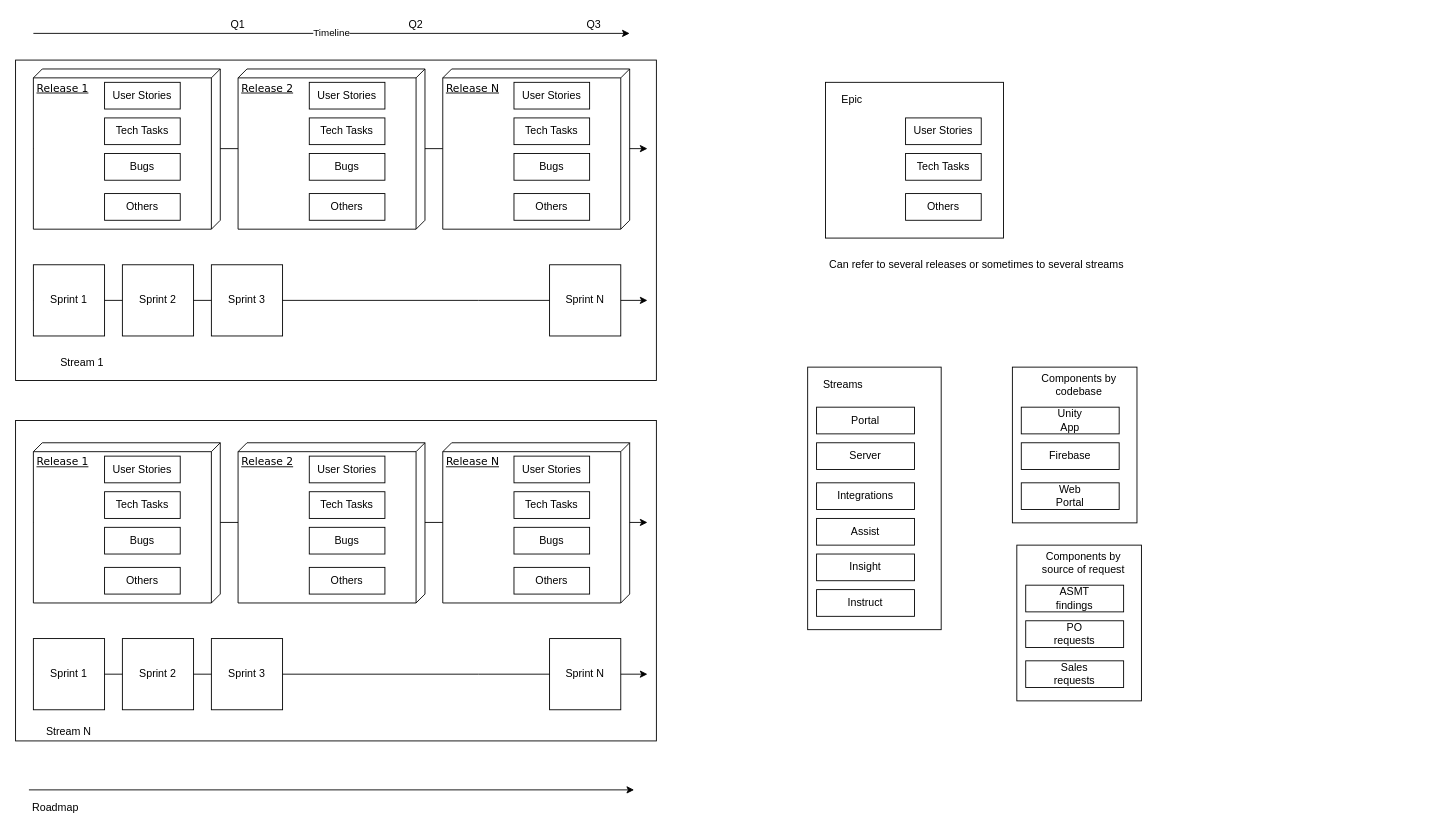
j-croix/Python_basics keeps this draw.io diagram as page "Jira - Structure" (1 of 4) of Untitled Diagram.drawio. Above is the earlier version. Source tidied: cells renumbered, new cells numbered last; positions are measured from the earlier drawing's top-left corner, leaving out a move shared by most shapes. Both pictures are drawn from the tidied source at 89%, with x=0, y=0 at pixel (15, 15).
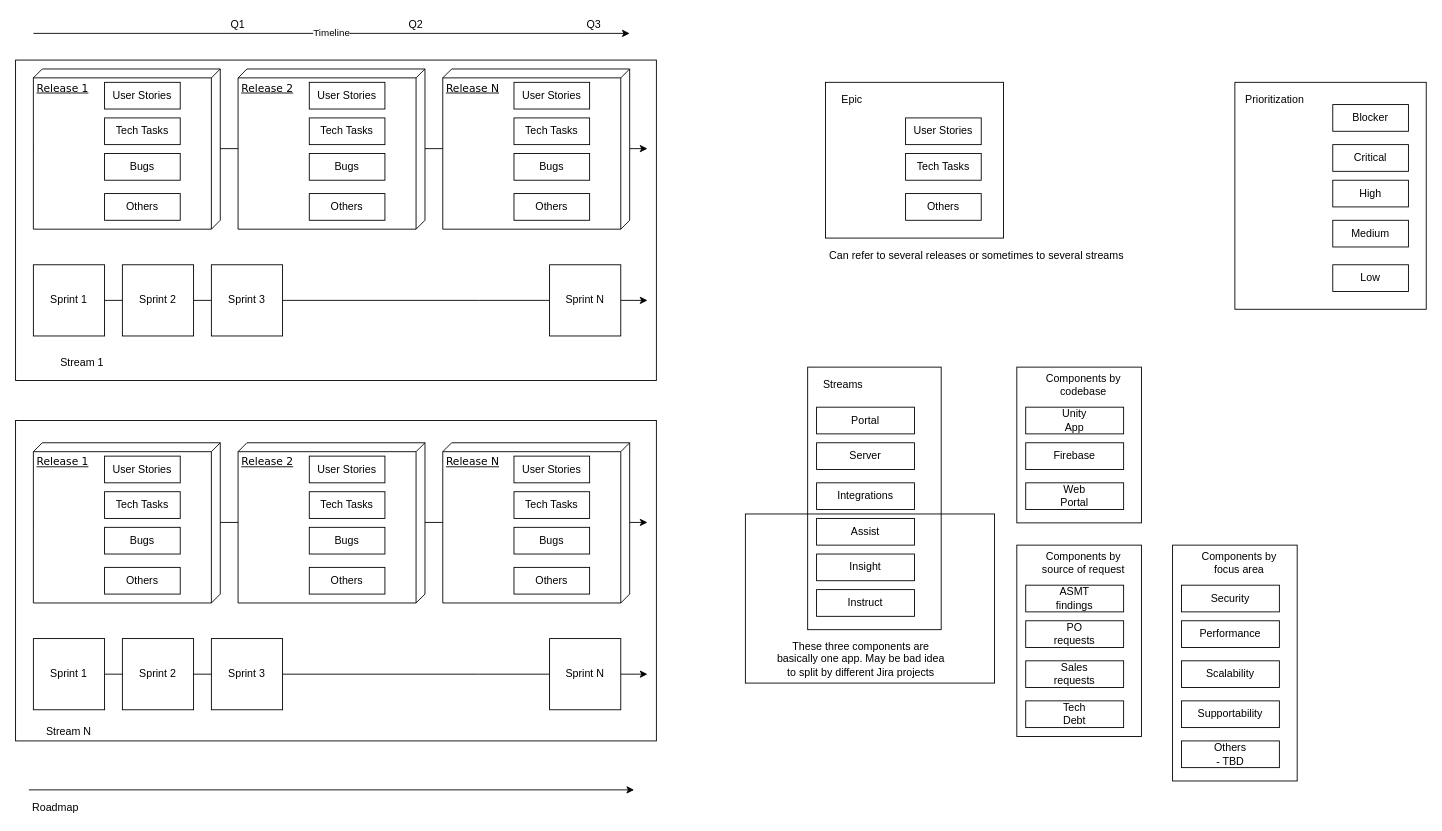
The same diagram, later.

Change to the diagram source:
```diff
@@
+    <mxCell id="90" style="rounded=0;whiteSpace=wrap;html=1;fillColor=none;" parent="1" vertex="1">
+      <mxGeometry x="820" y="560" width="280" height="190" as="geometry" />
+    </mxCell>
-    <mxCell id="2" style="rounded=0;whiteSpace=wrap;html=1;" parent="1" vertex="1">
+    <mxCell id="2" style="rounded=0;whiteSpace=wrap;html=1;fillColor=none;" parent="1" vertex="1">
       <mxGeometry x="890" y="395" width="150" height="295" as="geometry" />
     </mxCell>
@@
     <mxCell id="60" value="Can refer to several releases or sometimes to several streams" style="text;html=1;strokeColor=none;fillColor=none;align=center;verticalAlign=middle;whiteSpace=wrap;rounded=0;" parent="1" vertex="1">
-      <mxGeometry x="910" y="270" width="340" height="20" as="geometry" />
+      <mxGeometry x="910" y="260" width="340" height="20" as="geometry" />
     </mxCell>
@@
     <mxCell id="74" style="rounded=0;whiteSpace=wrap;html=1;" parent="1" vertex="1">
-      <mxGeometry x="1120" y="395" width="140" height="175" as="geometry" />
+      <mxGeometry x="1125" y="395" width="140" height="175" as="geometry" />
     </mxCell>
     <mxCell id="75" value="Components by codebase" style="text;html=1;strokeColor=none;fillColor=none;align=center;verticalAlign=middle;whiteSpace=wrap;rounded=0;" parent="1" vertex="1">
-      <mxGeometry x="1140" y="405" width="110" height="20" as="geometry" />
+      <mxGeometry x="1145" y="405" width="110" height="20" as="geometry" />
     </mxCell>
     <mxCell id="76" style="rounded=0;whiteSpace=wrap;html=1;" parent="1" vertex="1">
-      <mxGeometry x="1130" y="440" width="110" height="30" as="geometry" />
+      <mxGeometry x="1135" y="440" width="110" height="30" as="geometry" />
     </mxCell>
     <mxCell id="77" style="rounded=0;whiteSpace=wrap;html=1;" parent="1" vertex="1">
-      <mxGeometry x="1130" y="480" width="110" height="30" as="geometry" />
+      <mxGeometry x="1135" y="480" width="110" height="30" as="geometry" />
     </mxCell>
     <mxCell id="78" style="rounded=0;whiteSpace=wrap;html=1;" parent="1" vertex="1">
-      <mxGeometry x="1130" y="525" width="110" height="30" as="geometry" />
+      <mxGeometry x="1135" y="525" width="110" height="30" as="geometry" />
     </mxCell>
     <mxCell id="79" value="Unity App" style="text;html=1;strokeColor=none;fillColor=none;align=center;verticalAlign=middle;whiteSpace=wrap;rounded=0;" parent="1" vertex="1">
-      <mxGeometry x="1165" y="445" width="40" height="20" as="geometry" />
+      <mxGeometry x="1170" y="445" width="40" height="20" as="geometry" />
     </mxCell>
     <mxCell id="80" value="Firebase" style="text;html=1;strokeColor=none;fillColor=none;align=center;verticalAlign=middle;whiteSpace=wrap;rounded=0;" parent="1" vertex="1">
-      <mxGeometry x="1165" y="485" width="40" height="20" as="geometry" />
+      <mxGeometry x="1170" y="485" width="40" height="20" as="geometry" />
     </mxCell>
     <mxCell id="81" value="Web Portal" style="text;html=1;strokeColor=none;fillColor=none;align=center;verticalAlign=middle;whiteSpace=wrap;rounded=0;" parent="1" vertex="1">
-      <mxGeometry x="1165" y="530" width="40" height="20" as="geometry" />
+      <mxGeometry x="1170" y="530" width="40" height="20" as="geometry" />
     </mxCell>
     <mxCell id="82" style="rounded=0;whiteSpace=wrap;html=1;" parent="1" vertex="1">
-      <mxGeometry x="1125" y="595" width="140" height="175" as="geometry" />
+      <mxGeometry x="1125" y="595" width="140" height="215" as="geometry" />
     </mxCell>
@@
+    <mxCell id="91" value="These three components are basically one app. May be bad idea to split by different Jira projects" style="text;html=1;strokeColor=none;fillColor=none;align=center;verticalAlign=middle;whiteSpace=wrap;rounded=0;" parent="1" vertex="1">
+      <mxGeometry x="850" y="705" width="200" height="35" as="geometry" />
+    </mxCell>
+    <mxCell id="92" style="rounded=0;whiteSpace=wrap;html=1;" parent="1" vertex="1">
+      <mxGeometry x="1300" y="595" width="140" height="265" as="geometry" />
+    </mxCell>
+    <mxCell id="93" value="Components by focus area" style="text;html=1;strokeColor=none;fillColor=none;align=center;verticalAlign=middle;whiteSpace=wrap;rounded=0;" parent="1" vertex="1">
+      <mxGeometry x="1320" y="605" width="110" height="20" as="geometry" />
+    </mxCell>
+    <mxCell id="94" style="rounded=0;whiteSpace=wrap;html=1;" parent="1" vertex="1">
+      <mxGeometry x="1310" y="640" width="110" height="30" as="geometry" />
+    </mxCell>
+    <mxCell id="95" style="rounded=0;whiteSpace=wrap;html=1;" parent="1" vertex="1">
+      <mxGeometry x="1310" y="680" width="110" height="30" as="geometry" />
+    </mxCell>
+    <mxCell id="96" style="rounded=0;whiteSpace=wrap;html=1;" parent="1" vertex="1">
+      <mxGeometry x="1135" y="770" width="110" height="30" as="geometry" />
+    </mxCell>
+    <mxCell id="97" value="Security" style="text;html=1;strokeColor=none;fillColor=none;align=center;verticalAlign=middle;whiteSpace=wrap;rounded=0;" parent="1" vertex="1">
+      <mxGeometry x="1345" y="645" width="40" height="20" as="geometry" />
+    </mxCell>
+    <mxCell id="98" value="Performance" style="text;html=1;strokeColor=none;fillColor=none;align=center;verticalAlign=middle;whiteSpace=wrap;rounded=0;" parent="1" vertex="1">
+      <mxGeometry x="1345" y="685" width="40" height="20" as="geometry" />
+    </mxCell>
+    <mxCell id="99" value="Tech Debt" style="text;html=1;strokeColor=none;fillColor=none;align=center;verticalAlign=middle;whiteSpace=wrap;rounded=0;" parent="1" vertex="1">
+      <mxGeometry x="1170" y="775" width="40" height="20" as="geometry" />
+    </mxCell>
+    <mxCell id="100" style="rounded=0;whiteSpace=wrap;html=1;" parent="1" vertex="1">
+      <mxGeometry x="1310" y="725" width="110" height="30" as="geometry" />
+    </mxCell>
+    <mxCell id="101" value="Scalability" style="text;html=1;strokeColor=none;fillColor=none;align=center;verticalAlign=middle;whiteSpace=wrap;rounded=0;" parent="1" vertex="1">
+      <mxGeometry x="1345" y="730" width="40" height="20" as="geometry" />
+    </mxCell>
+    <mxCell id="102" style="rounded=0;whiteSpace=wrap;html=1;" parent="1" vertex="1">
+      <mxGeometry x="1310" y="770" width="110" height="30" as="geometry" />
+    </mxCell>
+    <mxCell id="103" value="Supportability" style="text;html=1;strokeColor=none;fillColor=none;align=center;verticalAlign=middle;whiteSpace=wrap;rounded=0;" parent="1" vertex="1">
+      <mxGeometry x="1345" y="775" width="40" height="20" as="geometry" />
+    </mxCell>
+    <mxCell id="104" style="rounded=0;whiteSpace=wrap;html=1;" parent="1" vertex="1">
+      <mxGeometry x="1310" y="815" width="110" height="30" as="geometry" />
+    </mxCell>
+    <mxCell id="105" value="Others - TBD" style="text;html=1;strokeColor=none;fillColor=none;align=center;verticalAlign=middle;whiteSpace=wrap;rounded=0;" parent="1" vertex="1">
+      <mxGeometry x="1345" y="820" width="40" height="20" as="geometry" />
+    </mxCell>
+    <mxCell id="106" style="rounded=0;whiteSpace=wrap;html=1;" parent="1" vertex="1">
+      <mxGeometry x="1370" y="75" width="215" height="255" as="geometry" />
+    </mxCell>
+    <mxCell id="107" value="Prioritization" style="text;html=1;strokeColor=none;fillColor=none;align=center;verticalAlign=middle;whiteSpace=wrap;rounded=0;" parent="1" vertex="1">
+      <mxGeometry x="1395" y="85" width="40" height="20" as="geometry" />
+    </mxCell>
+    <mxCell id="108" value="Critical" style="rounded=0;whiteSpace=wrap;html=1;" parent="1" vertex="1">
+      <mxGeometry x="1480" y="145" width="85" height="30" as="geometry" />
+    </mxCell>
+    <mxCell id="109" value="High" style="rounded=0;whiteSpace=wrap;html=1;" parent="1" vertex="1">
+      <mxGeometry x="1480" y="185" width="85" height="30" as="geometry" />
+    </mxCell>
+    <mxCell id="110" value="Medium" style="rounded=0;whiteSpace=wrap;html=1;" parent="1" vertex="1">
+      <mxGeometry x="1480" y="230" width="85" height="30" as="geometry" />
+    </mxCell>
+    <mxCell id="111" value="Blocker" style="rounded=0;whiteSpace=wrap;html=1;" parent="1" vertex="1">
+      <mxGeometry x="1480" y="100" width="85" height="30" as="geometry" />
+    </mxCell>
+    <mxCell id="112" value="Low" style="rounded=0;whiteSpace=wrap;html=1;" parent="1" vertex="1">
+      <mxGeometry x="1480" y="280" width="85" height="30" as="geometry" />
+    </mxCell>
```
